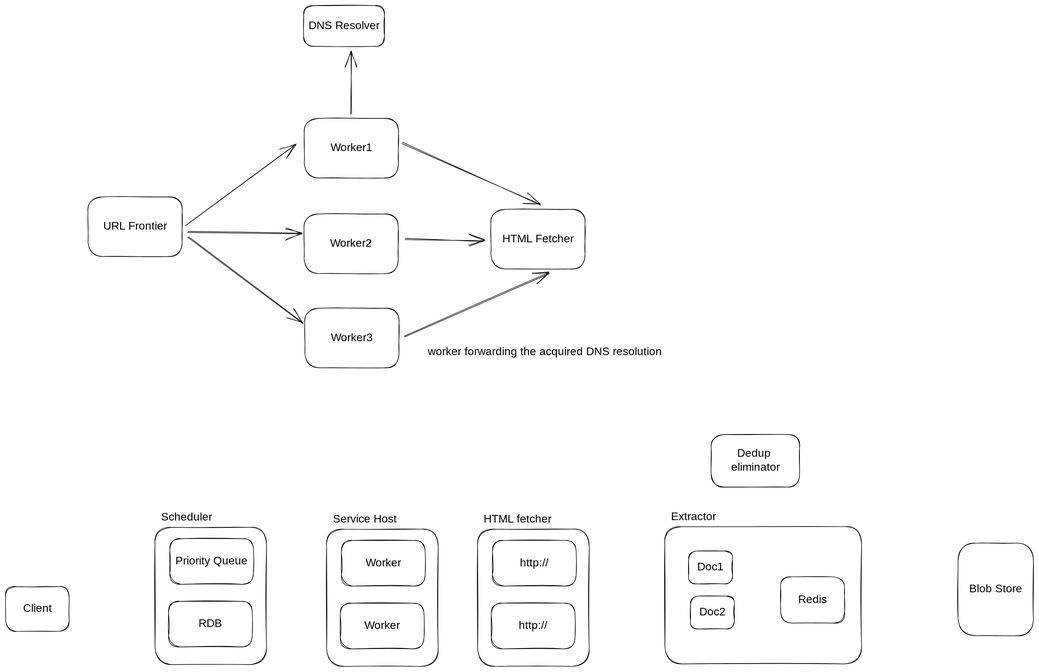
Before: .gitbook/assets/file.excalidraw (14).svg, a diagram exported from Excalidraw (dongzeli95/swe-interview). Source tidied: one line per element, renumbered; positions are measured from the earlier drawing's top-left corner, leaving out a move shared by most shapes.
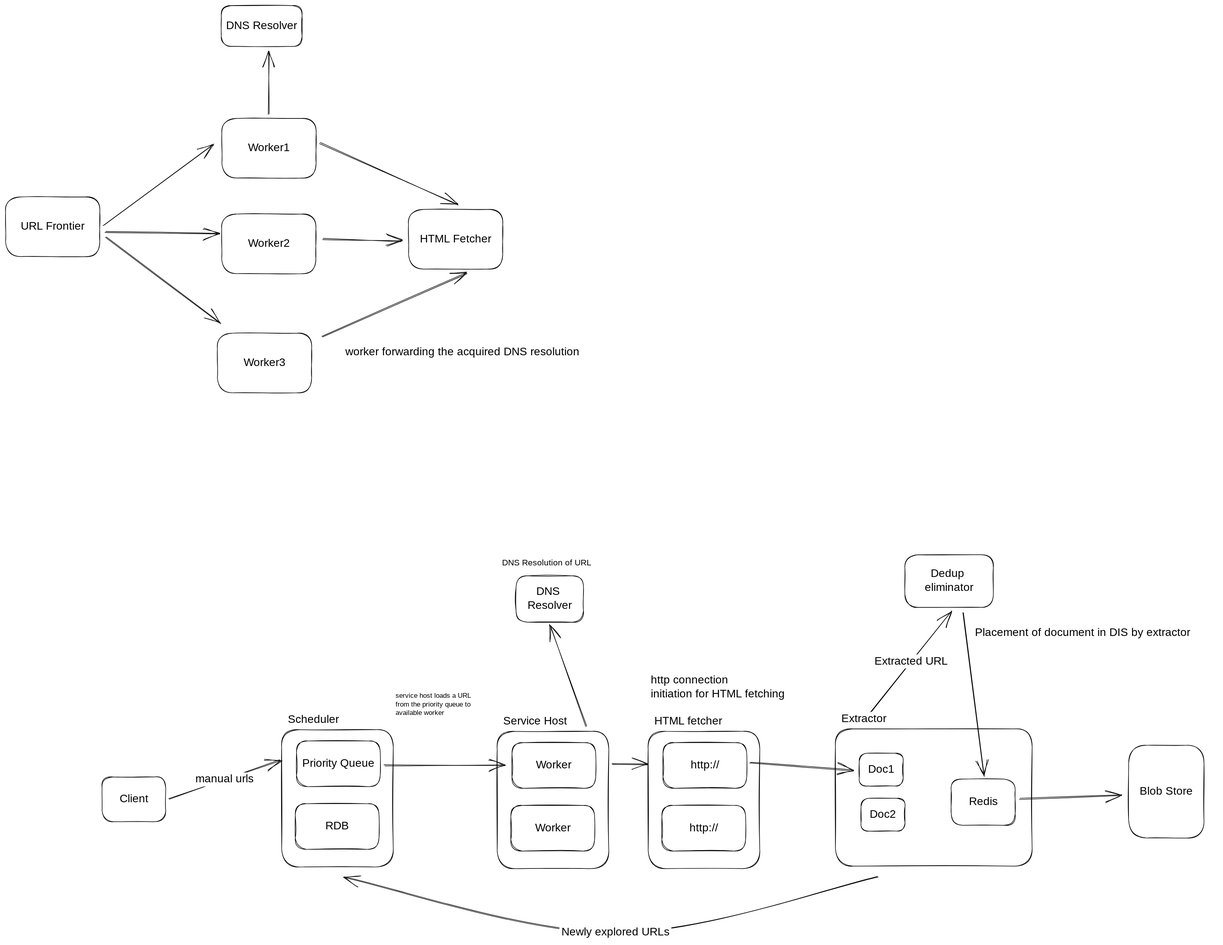
The same file after the commit.

Commit message:
GITBOOK-114: change request with no subject merged in GitBook

Change to the diagram source:
```diff
@@ -1,31 +1,31 @@
-{"id": 0, "type": "rectangle", "strokeColor": "#000000", "strokeWidth": 1, "roughness": 1, "round": true, "x": 148, "y": 343, "width": 169, "height": 107}
+{"id": 0, "type": "rectangle", "strokeColor": "#000000", "strokeWidth": 1, "roughness": 1, "round": true, "x": -305, "y": -19, "width": 169, "height": 107}
-{"id": 1, "type": "text", "text": "URL Frontier", "strokeColor": "#000000", "strokeWidth": 1, "roughness": 1, "fontSize": 20, "fontFamily": 1, "textAlign": "center", "verticalAlign": "middle", "inside": 0, "x": 169, "y": 384, "width": 126, "height": 25}
+{"id": 1, "type": "text", "text": "URL Frontier", "strokeColor": "#000000", "strokeWidth": 1, "roughness": 1, "fontSize": 20, "fontFamily": 1, "textAlign": "center", "verticalAlign": "middle", "inside": 0, "x": -284, "y": 22, "width": 126, "height": 25}
-{"id": 2, "type": "rectangle", "strokeColor": "#000000", "strokeWidth": 1, "roughness": 1, "round": true, "x": 535, "y": 202, "width": 169, "height": 107}
+{"id": 2, "type": "rectangle", "strokeColor": "#000000", "strokeWidth": 1, "roughness": 1, "round": true, "x": 82, "y": -160, "width": 169, "height": 107}
-{"id": 3, "type": "text", "text": "Worker1", "strokeColor": "#000000", "strokeWidth": 1, "roughness": 1, "fontSize": 20, "fontFamily": 1, "textAlign": "center", "verticalAlign": "middle", "inside": 2, "x": 585, "y": 243, "width": 69, "height": 25}
+{"id": 3, "type": "text", "text": "Worker1", "strokeColor": "#000000", "strokeWidth": 1, "roughness": 1, "fontSize": 20, "fontFamily": 1, "textAlign": "center", "verticalAlign": "middle", "inside": 2, "x": 132, "y": -119, "width": 69, "height": 25}
-{"id": 4, "type": "rectangle", "strokeColor": "#000000", "strokeWidth": 1, "roughness": 1, "round": true, "x": 535, "y": 374, "width": 169, "height": 107}
+{"id": 4, "type": "rectangle", "strokeColor": "#000000", "strokeWidth": 1, "roughness": 1, "round": true, "x": 82, "y": 12, "width": 169, "height": 107}
-{"id": 5, "type": "text", "text": "Worker2", "strokeColor": "#000000", "strokeWidth": 1, "roughness": 1, "fontSize": 20, "fontFamily": 1, "textAlign": "center", "verticalAlign": "middle", "inside": 4, "x": 580, "y": 414, "width": 78, "height": 25}
+{"id": 5, "type": "text", "text": "Worker2", "strokeColor": "#000000", "strokeWidth": 1, "roughness": 1, "fontSize": 20, "fontFamily": 1, "textAlign": "center", "verticalAlign": "middle", "inside": 4, "x": 127, "y": 53, "width": 78, "height": 25}
-{"id": 6, "type": "rectangle", "strokeColor": "#000000", "strokeWidth": 1, "roughness": 1, "round": true, "x": 536, "y": 542, "width": 169, "height": 107}
+{"id": 6, "type": "rectangle", "strokeColor": "#000000", "strokeWidth": 1, "roughness": 1, "round": true, "x": 74, "y": 225, "width": 169, "height": 107}
-{"id": 7, "type": "text", "text": "Worker3", "strokeColor": "#000000", "strokeWidth": 1, "roughness": 1, "fontSize": 20, "fontFamily": 1, "textAlign": "center", "verticalAlign": "middle", "inside": 6, "x": 582, "y": 583, "width": 77, "height": 25}
+{"id": 7, "type": "text", "text": "Worker3", "strokeColor": "#000000", "strokeWidth": 1, "roughness": 1, "fontSize": 20, "fontFamily": 1, "textAlign": "center", "verticalAlign": "middle", "inside": 6, "x": 120, "y": 266, "width": 77, "height": 25}
-{"id": 8, "type": "arrow", "strokeColor": "#000000", "strokeWidth": 1, "roughness": 1, "endArrowhead": "arrow", "round": true, "from": 0, "to": 2, "x": 323, "y": 394, "width": 198, "height": 146, "points": [[0, 0], [198, -146]]}
+{"id": 8, "type": "arrow", "strokeColor": "#000000", "strokeWidth": 1, "roughness": 1, "endArrowhead": "arrow", "round": true, "from": 0, "to": 2, "x": -130, "y": 32, "width": 198, "height": 146, "points": [[0, 0], [198, -146]]}
-{"id": 9, "type": "arrow", "strokeColor": "#000000", "strokeWidth": 1, "roughness": 1, "endArrowhead": "arrow", "round": true, "from": 0, "to": 4, "x": 327, "y": 406, "width": 203, "height": 3, "points": [[0, 0], [203, 3]]}
+{"id": 9, "type": "arrow", "strokeColor": "#000000", "strokeWidth": 1, "roughness": 1, "endArrowhead": "arrow", "round": true, "from": 0, "to": 4, "x": -126, "y": 44, "width": 203, "height": 3, "points": [[0, 0], [203, 3]]}
-{"id": 10, "type": "arrow", "strokeColor": "#000000", "strokeWidth": 1, "roughness": 1, "endArrowhead": "arrow", "round": true, "from": 0, "to": 6, "x": 327, "y": 415, "width": 206, "height": 155, "points": [[0, 0], [206, 155]]}
+{"id": 10, "type": "arrow", "strokeColor": "#000000", "strokeWidth": 1, "roughness": 1, "endArrowhead": "arrow", "round": true, "from": 0, "to": 6, "x": -126, "y": 53, "width": 206, "height": 155, "points": [[0, 0], [206, 155]]}
-{"id": 11, "type": "rectangle", "strokeColor": "#000000", "strokeWidth": 1, "roughness": 1, "round": true, "x": 534, "y": 0, "width": 145, "height": 73}
+{"id": 11, "type": "rectangle", "strokeColor": "#000000", "strokeWidth": 1, "roughness": 1, "round": true, "x": 81, "y": -362, "width": 145, "height": 73}
-{"id": 12, "type": "text", "text": "DNS Resolver", "strokeColor": "#000000", "strokeWidth": 1, "roughness": 1, "fontSize": 20, "fontFamily": 1, "textAlign": "center", "verticalAlign": "middle", "inside": 11, "x": 540, "y": 24, "width": 132, "height": 25}
+{"id": 12, "type": "text", "text": "DNS Resolver", "strokeColor": "#000000", "strokeWidth": 1, "roughness": 1, "fontSize": 20, "fontFamily": 1, "textAlign": "center", "verticalAlign": "middle", "inside": 11, "x": 87, "y": -338, "width": 132, "height": 25}
-{"id": 13, "type": "arrow", "strokeColor": "#000000", "strokeWidth": 1, "roughness": 1, "endArrowhead": "arrow", "round": true, "from": 2, "to": 11, "x": 619, "y": 195, "width": 1, "height": 112, "points": [[0, 0], [1, -112]]}
+{"id": 13, "type": "arrow", "strokeColor": "#000000", "strokeWidth": 1, "roughness": 1, "endArrowhead": "arrow", "round": true, "from": 2, "to": 11, "x": 166, "y": -167, "width": 1, "height": 112, "points": [[0, 0], [1, -112]]}
-{"id": 14, "type": "rectangle", "strokeColor": "#000000", "strokeWidth": 1, "roughness": 1, "round": true, "x": 869, "y": 365, "width": 169, "height": 107}
+{"id": 14, "type": "rectangle", "strokeColor": "#000000", "strokeWidth": 1, "roughness": 1, "round": true, "x": 416, "y": 3, "width": 169, "height": 107}
-{"id": 15, "type": "text", "text": "HTML Fetcher", "strokeColor": "#000000", "strokeWidth": 1, "roughness": 1, "fontSize": 20, "fontFamily": 1, "textAlign": "center", "verticalAlign": "middle", "inside": 14, "x": 885, "y": 406, "width": 138, "height": 25}
+{"id": 15, "type": "text", "text": "HTML Fetcher", "strokeColor": "#000000", "strokeWidth": 1, "roughness": 1, "fontSize": 20, "fontFamily": 1, "textAlign": "center", "verticalAlign": "middle", "inside": 14, "x": 432, "y": 44, "width": 138, "height": 25}
-{"id": 16, "type": "arrow", "strokeColor": "#000000", "strokeWidth": 1, "roughness": 1, "endArrowhead": "arrow", "round": true, "from": 4, "to": 14, "x": 715, "y": 418, "width": 142, "height": 5, "points": [[0, 0], [142, 5]]}
+{"id": 16, "type": "arrow", "strokeColor": "#000000", "strokeWidth": 1, "roughness": 1, "endArrowhead": "arrow", "round": true, "from": 4, "to": 14, "x": 262, "y": 56, "width": 142, "height": 5, "points": [[0, 0], [142, 5]]}
-{"id": 17, "type": "arrow", "strokeColor": "#000000", "strokeWidth": 1, "roughness": 1, "endArrowhead": "arrow", "round": true, "from": 2, "to": 14, "x": 711, "y": 246, "width": 247, "height": 110, "points": [[0, 0], [247, 110]]}
+{"id": 17, "type": "arrow", "strokeColor": "#000000", "strokeWidth": 1, "roughness": 1, "endArrowhead": "arrow", "round": true, "from": 2, "to": 14, "x": 258, "y": -116, "width": 247, "height": 110, "points": [[0, 0], [247, 110]]}
-{"id": 18, "type": "text", "text": "worker forwarding the acquired DNS resolution", "strokeColor": "#000000", "strokeWidth": 1, "roughness": 1, "fontSize": 20, "fontFamily": 1, "x": 756, "y": 608, "width": 458, "height": 25}
+{"id": 18, "type": "text", "text": "worker forwarding the acquired DNS resolution", "strokeColor": "#000000", "strokeWidth": 1, "roughness": 1, "fontSize": 20, "fontFamily": 1, "x": 303, "y": 247, "width": 458, "height": 25}
-{"id": 19, "type": "arrow", "strokeColor": "#000000", "strokeWidth": 1, "roughness": 1, "endArrowhead": "arrow", "round": true, "from": 6, "to": 14, "x": 715, "y": 594, "width": 259, "height": 114, "points": [[0, 0], [259, -114]]}
+{"id": 19, "type": "arrow", "strokeColor": "#000000", "strokeWidth": 1, "roughness": 1, "endArrowhead": "arrow", "round": true, "from": 6, "to": 14, "x": 262, "y": 232, "width": 259, "height": 114, "points": [[0, 0], [259, -114]]}
-{"id": 20, "type": "rectangle", "strokeColor": "#000000", "strokeWidth": 1, "roughness": 1, "round": true, "x": 0, "y": 1041, "width": 114, "height": 80}
+{"id": 20, "type": "rectangle", "strokeColor": "#000000", "strokeWidth": 1, "roughness": 1, "round": true, "x": -133, "y": 1020, "width": 114, "height": 80}
-{"id": 21, "type": "text", "text": "Client", "strokeColor": "#000000", "strokeWidth": 1, "roughness": 1, "fontSize": 20, "fontFamily": 1, "textAlign": "center", "verticalAlign": "middle", "inside": 20, "x": 30, "y": 1069, "width": 54, "height": 25}
+{"id": 21, "type": "text", "text": "Client", "strokeColor": "#000000", "strokeWidth": 1, "roughness": 1, "fontSize": 20, "fontFamily": 1, "textAlign": "center", "verticalAlign": "middle", "inside": 20, "x": -103, "y": 1048, "width": 54, "height": 25}
-{"id": 22, "type": "rectangle", "strokeColor": "#000000", "strokeWidth": 1, "roughness": 1, "round": true, "x": 268, "y": 935, "width": 200, "height": 246}
+{"id": 22, "type": "rectangle", "strokeColor": "#000000", "strokeWidth": 1, "roughness": 1, "round": true, "x": 189, "y": 935, "width": 200, "height": 246}
-{"id": 23, "type": "text", "text": "Scheduler", "strokeColor": "#000000", "strokeWidth": 1, "roughness": 1, "fontSize": 20, "fontFamily": 1, "x": 279, "y": 905, "width": 91, "height": 25}
+{"id": 23, "type": "text", "text": "Scheduler", "strokeColor": "#000000", "strokeWidth": 1, "roughness": 1, "fontSize": 20, "fontFamily": 1, "x": 200, "y": 906, "width": 91, "height": 25}
-{"id": 24, "type": "rectangle", "strokeColor": "#000000", "strokeWidth": 1, "roughness": 1, "round": true, "x": 294, "y": 955, "width": 150, "height": 82}
+{"id": 24, "type": "rectangle", "strokeColor": "#000000", "strokeWidth": 1, "roughness": 1, "round": true, "x": 216, "y": 956, "width": 150, "height": 82}
-{"id": 25, "type": "text", "text": "Priority Queue", "strokeColor": "#000000", "strokeWidth": 1, "roughness": 1, "fontSize": 20, "fontFamily": 1, "textAlign": "center", "verticalAlign": "middle", "inside": 24, "x": 299, "y": 984, "width": 140, "height": 25}
+{"id": 25, "type": "text", "text": "Priority Queue", "strokeColor": "#000000", "strokeWidth": 1, "roughness": 1, "fontSize": 20, "fontFamily": 1, "textAlign": "center", "verticalAlign": "middle", "inside": 24, "x": 221, "y": 984, "width": 140, "height": 25}
-{"id": 26, "type": "rectangle", "strokeColor": "#000000", "strokeWidth": 1, "roughness": 1, "round": true, "x": 292, "y": 1068, "width": 150, "height": 82}
+{"id": 26, "type": "rectangle", "strokeColor": "#000000", "strokeWidth": 1, "roughness": 1, "round": true, "x": 214, "y": 1068, "width": 150, "height": 82}
-{"id": 27, "type": "text", "text": "RDB", "strokeColor": "#000000", "strokeWidth": 1, "roughness": 1, "fontSize": 20, "fontFamily": 1, "textAlign": "center", "verticalAlign": "middle", "inside": 26, "x": 345, "y": 1096, "width": 44, "height": 25}
+{"id": 27, "type": "text", "text": "RDB", "strokeColor": "#000000", "strokeWidth": 1, "roughness": 1, "fontSize": 20, "fontFamily": 1, "textAlign": "center", "verticalAlign": "middle", "inside": 26, "x": 267, "y": 1096, "width": 44, "height": 25}
 {"id": 28, "type": "rectangle", "strokeColor": "#000000", "strokeWidth": 1, "roughness": 1, "round": true, "x": 575, "y": 938, "width": 200, "height": 246}
 {"id": 29, "type": "text", "text": "Service Host", "strokeColor": "#000000", "strokeWidth": 1, "roughness": 1, "fontSize": 20, "fontFamily": 1, "x": 586, "y": 909, "width": 122, "height": 25}
 {"id": 30, "type": "rectangle", "strokeColor": "#000000", "strokeWidth": 1, "roughness": 1, "round": true, "x": 602, "y": 959, "width": 150, "height": 82}
@@ -46,7 +46,25 @@
 {"id": 45, "type": "text", "text": "Doc1", "strokeColor": "#000000", "strokeWidth": 1, "roughness": 1, "fontSize": 20, "fontFamily": 1, "textAlign": "center", "verticalAlign": "middle", "inside": 44, "x": 1242, "y": 994, "width": 42, "height": 25}
 {"id": 46, "type": "rectangle", "strokeColor": "#000000", "strokeWidth": 1, "roughness": 1, "round": true, "x": 1227, "y": 1058, "width": 79, "height": 59}
 {"id": 47, "type": "text", "text": "Doc2", "strokeColor": "#000000", "strokeWidth": 1, "roughness": 1, "fontSize": 20, "fontFamily": 1, "textAlign": "center", "verticalAlign": "middle", "inside": 46, "x": 1241, "y": 1075, "width": 51, "height": 25}
-{"id": 48, "type": "rectangle", "strokeColor": "#000000", "strokeWidth": 1, "roughness": 1, "round": true, "x": 1264, "y": 769, "width": 158, "height": 94}
+{"id": 48, "type": "rectangle", "strokeColor": "#000000", "strokeWidth": 1, "roughness": 1, "round": true, "x": 1306, "y": 622, "width": 158, "height": 94}
-{"id": 49, "type": "text", "text": "Dedup \neliminator", "strokeColor": "#000000", "strokeWidth": 1, "roughness": 1, "fontSize": 20, "fontFamily": 1, "textAlign": "center", "verticalAlign": "middle", "inside": 48, "x": 1298, "y": 791, "width": 91, "height": 50}
+{"id": 49, "type": "text", "text": "Dedup \neliminator", "strokeColor": "#000000", "strokeWidth": 1, "roughness": 1, "fontSize": 20, "fontFamily": 1, "textAlign": "center", "verticalAlign": "middle", "inside": 48, "x": 1339, "y": 644, "width": 91, "height": 50}
 {"id": 50, "type": "rectangle", "strokeColor": "#000000", "strokeWidth": 1, "roughness": 1, "round": true, "x": 1707, "y": 963, "width": 135, "height": 166}
 {"id": 51, "type": "text", "text": "Blob Store", "strokeColor": "#000000", "strokeWidth": 1, "roughness": 1, "fontSize": 20, "fontFamily": 1, "textAlign": "center", "verticalAlign": "middle", "inside": 50, "x": 1722, "y": 1034, "width": 105, "height": 25}
+{"id": 52, "type": "arrow", "strokeColor": "#000000", "strokeWidth": 1, "roughness": 1, "endArrowhead": "arrow", "round": true, "from": 24, "to": 30, "x": 373, "y": 999, "width": 216, "height": 0, "points": [[0, 0], [216, 0]]}
+{"id": 53, "type": "text", "text": "service host loads a URL\nfrom the priority queue to \navailable worker", "strokeColor": "#000000", "strokeWidth": 1, "roughness": 1, "fontSize": 12.35, "fontFamily": 1, "x": 393, "y": 867, "width": 167, "height": 46}
+{"id": 54, "type": "rectangle", "strokeColor": "#000000", "strokeWidth": 1, "roughness": 1, "round": true, "x": 609, "y": 660, "width": 121, "height": 83}
+{"id": 55, "type": "text", "text": "DNS \nResolver", "strokeColor": "#000000", "strokeWidth": 1, "roughness": 1, "fontSize": 20, "fontFamily": 1, "textAlign": "center", "verticalAlign": "middle", "inside": 54, "x": 629, "y": 676, "width": 82, "height": 50}
+{"id": 56, "type": "arrow", "strokeColor": "#000000", "strokeWidth": 1, "roughness": 1, "endArrowhead": "arrow", "round": true, "from": 28, "to": 54, "x": 735, "y": 930, "width": 64, "height": 182, "points": [[0, 0], [-64, -182]]}
+{"id": 57, "type": "text", "text": "DNS Resolution of URL", "strokeColor": "#000000", "strokeWidth": 1, "roughness": 1, "fontSize": 14.95, "fontFamily": 1, "x": 584, "y": 627, "width": 172, "height": 19}
+{"id": 58, "type": "arrow", "strokeColor": "#000000", "strokeWidth": 1, "roughness": 1, "endArrowhead": "arrow", "round": true, "from": 28, "to": 34, "x": 781, "y": 997, "width": 64, "height": 0, "points": [[0, 0], [64, 0]]}
+{"id": 59, "type": "text", "text": "http connection \ninitiation for HTML fetching", "strokeColor": "#000000", "strokeWidth": 1, "roughness": 1, "fontSize": 20, "fontFamily": 1, "x": 851, "y": 834, "width": 273, "height": 50}
+{"id": 60, "type": "arrow", "strokeColor": "#000000", "strokeWidth": 1, "roughness": 1, "endArrowhead": "arrow", "round": true, "from": 41, "to": 48, "x": 1245, "y": 903, "width": 145, "height": 180, "points": [[0, 0], [145, -180]]}
+{"id": 61, "type": "text", "text": "Extracted URL", "strokeColor": "#000000", "strokeWidth": 1, "roughness": 1, "fontSize": 20, "fontFamily": 1, "textAlign": "center", "verticalAlign": "middle", "inside": 60, "x": 1241, "y": 801, "width": 151, "height": 25}
+{"id": 62, "type": "arrow", "strokeColor": "#000000", "strokeWidth": 1, "roughness": 1, "endArrowhead": "arrow", "round": true, "from": 48, "to": 42, "x": 1410, "y": 725, "width": 38, "height": 293, "points": [[0, 0], [38, 293]]}
+{"id": 63, "type": "text", "text": "Placement of document in DIS by extractor", "strokeColor": "#000000", "strokeWidth": 1, "roughness": 1, "fontSize": 20, "fontFamily": 1, "x": 1431, "y": 749, "width": 434, "height": 25}
+{"id": 64, "type": "arrow", "strokeColor": "#000000", "strokeWidth": 1, "roughness": 1, "endArrowhead": "arrow", "round": true, "from": 42, "to": 50, "x": 1511, "y": 1059, "width": 182, "height": 6, "points": [[0, 0], [182, -6]]}
+{"id": 65, "type": "arrow", "strokeColor": "#000000", "strokeWidth": 1, "roughness": 1, "endArrowhead": "arrow", "round": true, "from": 36, "to": 44, "x": 1028, "y": 996, "width": 183, "height": 13, "points": [[0, 0], [183, 13]]}
+{"id": 66, "type": "arrow", "strokeColor": "#000000", "strokeWidth": 1, "roughness": 1, "endArrowhead": "arrow", "round": true, "from": 20, "to": 22, "x": -13, "y": 1060, "width": 200, "height": 70, "points": [[0, 0], [200, -70]]}
+{"id": 67, "type": "text", "text": "manual urls", "strokeColor": "#000000", "strokeWidth": 1, "roughness": 1, "fontSize": 20, "fontFamily": 1, "textAlign": "center", "verticalAlign": "middle", "inside": 66, "x": 31, "y": 1012, "width": 111, "height": 25}
+{"id": 68, "type": "arrow", "strokeColor": "#000000", "strokeWidth": 1, "roughness": 1, "endArrowhead": "arrow", "round": true, "from": 40, "to": 22, "x": 1257, "y": 1199, "width": 958, "height": 100, "points": [[0, 0], [-470, 100], [-958, 0]]}
+{"id": 69, "type": "text", "text": "Newly explored URLs", "strokeColor": "#000000", "strokeWidth": 1, "roughness": 1, "fontSize": 20, "fontFamily": 1, "textAlign": "center", "verticalAlign": "middle", "inside": 68, "x": 687, "y": 1286, "width": 201, "height": 25}
```
